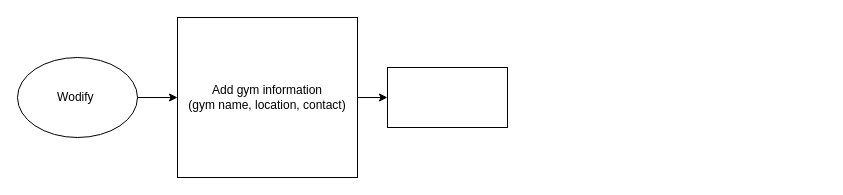
Above: practice_wodify.drawio in samuelroiz/WorkFlows_storage (draw.io), before the change. Source tidied: cells renumbered, new cells numbered last; positions are measured from the earlier drawing's top-left corner, leaving out a move shared by most shapes. Both pictures are drawn from the tidied source at 100%, with x=0, y=0 at pixel (17, 17).
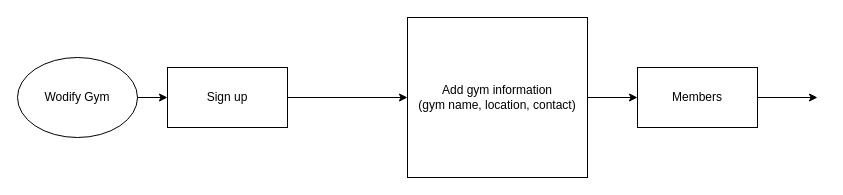
Above is the later version.

Change to the diagram source:
```diff
@@
 <mxGraphModel>
   <root>
     <mxCell id="0" />
     <mxCell id="1" parent="0" />
-    <mxCell id="2" value="Wodify&amp;nbsp;" style="ellipse;whiteSpace=wrap;html=1;" parent="1" vertex="1">
+    <mxCell id="2" value="Wodify Gym" style="ellipse;whiteSpace=wrap;html=1;" parent="1" vertex="1">
       <mxGeometry y="40" width="120" height="80" as="geometry" />
     </mxCell>
-    <mxCell id="3" style="endArrow=classic;html=1;rounded=0;exitX=1;exitY=0.5;exitDx=0;exitDy=0;" parent="1" edge="1" source="2" target="4">
-      <mxGeometry relative="1" as="geometry" />
+    <mxCell id="3" style="endArrow=classic;html=1;rounded=0;exitX=1;exitY=0.5;exitDx=0;exitDy=0;" parent="1" edge="1" source="2">
+      <mxGeometry relative="1" as="geometry">
+        <mxPoint x="150" y="80" as="targetPoint" />
+      </mxGeometry>
     </mxCell>
     <mxCell id="4" value="Add gym information&lt;br&gt;(gym name, location, contact)" style="rounded=0;whiteSpace=wrap;html=1;" parent="1" vertex="1">
-      <mxGeometry x="160" width="180" height="160" as="geometry" />
+      <mxGeometry x="390" width="180" height="160" as="geometry" />
     </mxCell>
     <mxCell id="5" style="endArrow=classic;html=1;rounded=0;exitX=1;exitY=0.5;exitDx=0;exitDy=0;" parent="1" edge="1" source="4" target="6">
       <mxGeometry relative="1" as="geometry" />
     </mxCell>
-    <mxCell id="6" style="rounded=0;whiteSpace=wrap;html=1;" parent="1" vertex="1">
-      <mxGeometry x="370" y="50" width="120" height="60" as="geometry" />
+    <mxCell id="6" value="Members" style="rounded=0;whiteSpace=wrap;html=1;" parent="1" vertex="1">
+      <mxGeometry x="620" y="50" width="120" height="60" as="geometry" />
     </mxCell>
+    <mxCell id="7" style="endArrow=classic;html=1;rounded=0;exitX=1;exitY=0.5;exitDx=0;exitDy=0;entryX=0;entryY=0.5;entryDx=0;entryDy=0;" parent="1" edge="1" source="6">
+      <mxGeometry relative="1" as="geometry">
+        <mxPoint x="800" y="80" as="targetPoint" />
+      </mxGeometry>
+    </mxCell>
+    <mxCell id="8" value="Sign up" style="rounded=0;whiteSpace=wrap;html=1;" parent="1" vertex="1">
+      <mxGeometry x="150" y="50" width="120" height="60" as="geometry" />
+    </mxCell>
+    <mxCell id="9" style="endArrow=classic;html=1;rounded=0;entryX=0;entryY=0.5;entryDx=0;entryDy=0;exitX=1;exitY=0.5;exitDx=0;exitDy=0;" parent="1" edge="1" source="8" target="4">
+      <mxGeometry relative="1" as="geometry" />
+    </mxCell>
   </root>
 </mxGraphModel>
```
